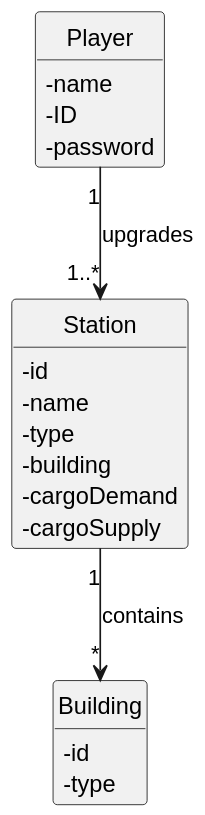
The PlantUML diagram docs/sprint2/us006/02.analysis/svg/us006-domain-model.svg in ivasduarte/all-aboard, before a commit.
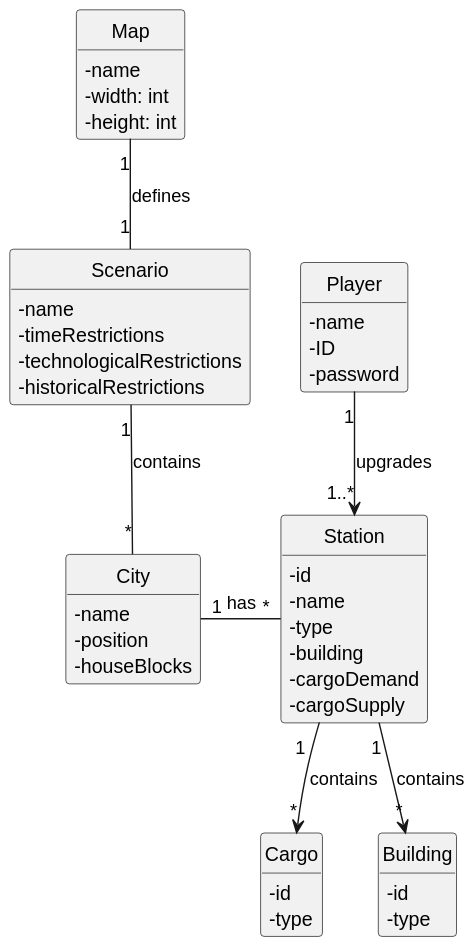
After the commit.

Commit message:
US006-US007(docs): temporary domain models

What changed in the source:
```diff
@@ -7,6 +7,25 @@
 
 hide circle
 hide methods
+
+class Map {
+    - name
+    - width: int
+    - height: int
+}
+
+class Scenario {
+    - name
+    - timeRestrictions
+    - technologicalRestrictions
+    - historicalRestrictions
+}
+
+class City {
+    - name
+    - position
+    - houseBlocks
+}
 
 class Player {
     - name
@@ -23,11 +42,20 @@
     - cargoSupply
 }
 
+class Cargo{
+    - id
+    - type
+}
+
 class Building {
     - id
     - type
 }
 
+Map "1" -- "1" Scenario : defines
+Scenario "1" -- "*" City : contains
+City "1" - "*" Station : has
 Player "1" --> "1..*" Station : upgrades
 Station "1" --> "*" Building : contains
+Station "1  " --> "*" Cargo: contains
 @enduml
```
